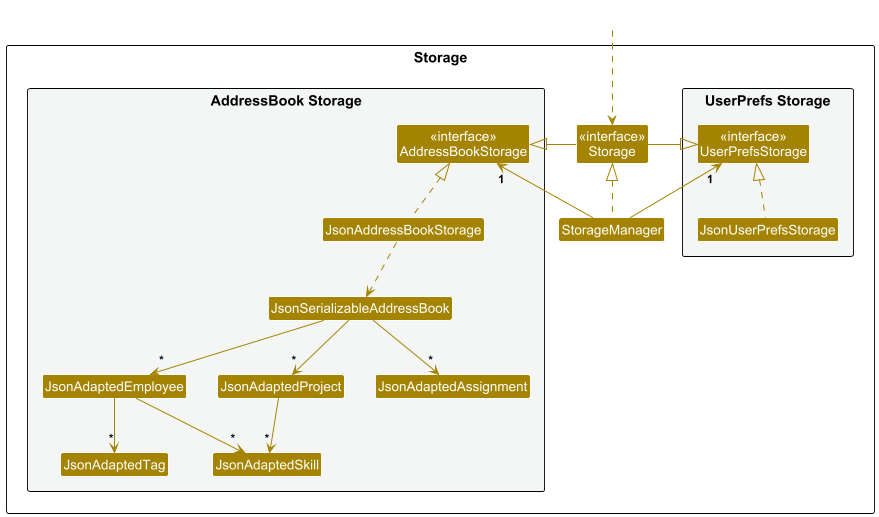
The PlantUML diagram docs/images/StorageClassDiagram.png in nus-cs2103-AY2425S1/tp, before a commit.
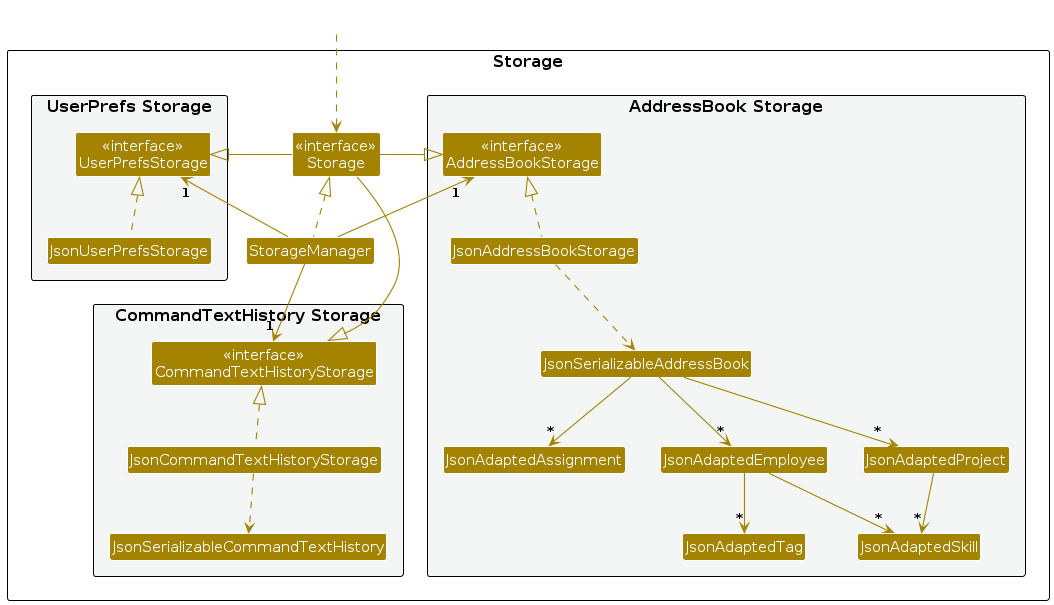
Later version of the same file.

Change to the diagram source:
```diff
@@ -25,6 +25,12 @@
 Class JsonAdaptedSkill
 }
 
+package "CommandTextHistory Storage" #F4F6F6{
+Class "<<interface>>\nCommandTextHistoryStorage" as CommandTextHistoryStorage
+Class JsonCommandTextHistoryStorage
+Class JsonSerializableCommandTextHistory
+}
+
 }
 
 Class HiddenOutside #FFFFFF
@@ -33,12 +39,15 @@
 StorageManager .up.|> Storage
 StorageManager -up-> "1" UserPrefsStorage
 StorageManager -up-> "1" AddressBookStorage
+StorageManager -down-> "1" CommandTextHistoryStorage
 
 Storage -left-|> UserPrefsStorage
 Storage -right-|> AddressBookStorage
+Storage -down-|> CommandTextHistoryStorage
 
 JsonUserPrefsStorage .up.|> UserPrefsStorage
 JsonAddressBookStorage .up.|> AddressBookStorage
+JsonCommandTextHistoryStorage .up.|> CommandTextHistoryStorage
 JsonAddressBookStorage ..> JsonSerializableAddressBook
 JsonSerializableAddressBook --> "*" JsonAdaptedEmployee
 JsonAdaptedEmployee --> "*" JsonAdaptedTag
@@ -46,5 +55,7 @@
 JsonSerializableAddressBook --> "*" JsonAdaptedProject
 JsonAdaptedProject --> "*" JsonAdaptedSkill
 JsonSerializableAddressBook --> "*" JsonAdaptedAssignment
+JsonCommandTextHistoryStorage ..> JsonSerializableCommandTextHistory
 
+JsonUserPrefsStorage -[hidden]down-> CommandTextHistoryStorage
 @enduml
```
